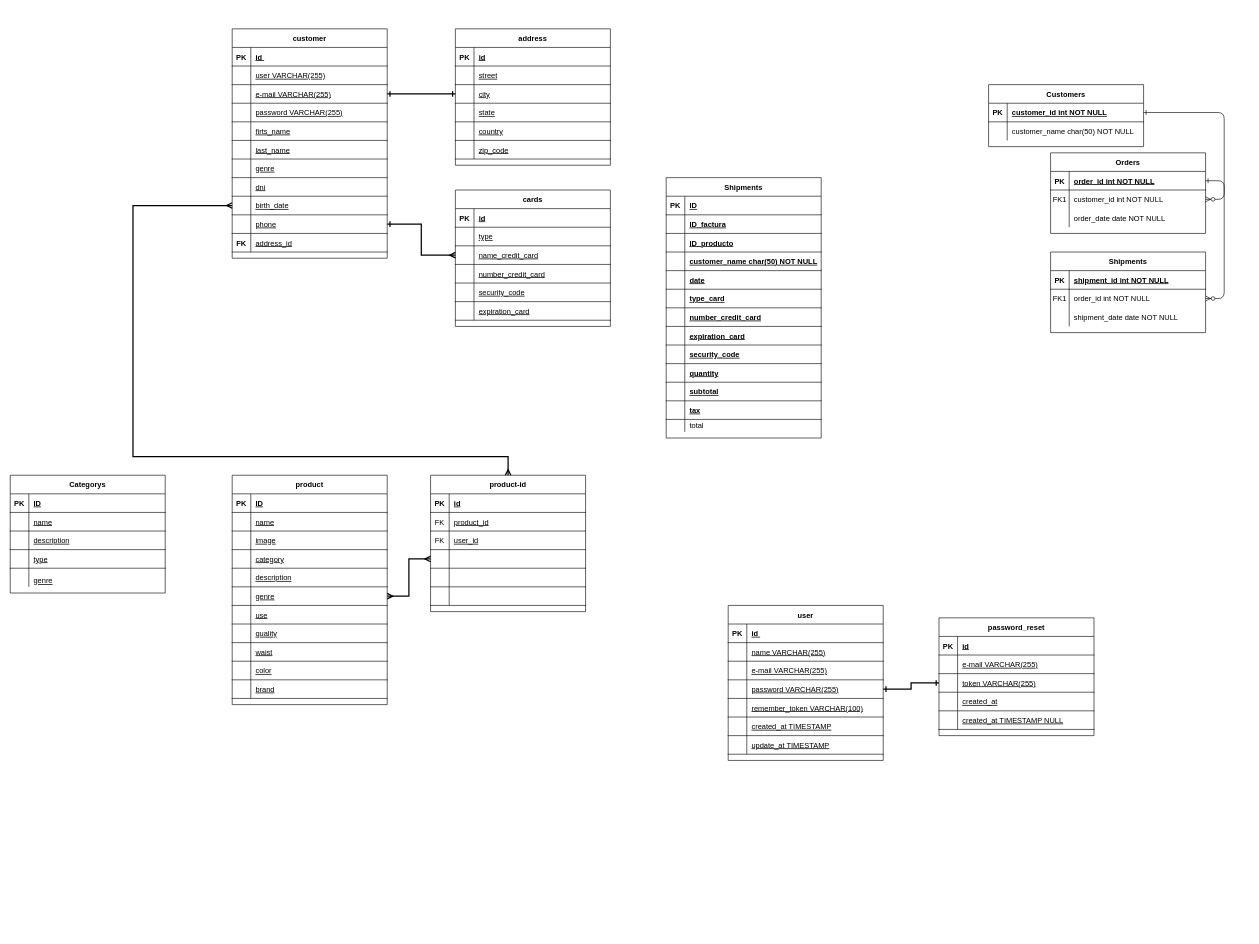
This is Untitled Diagram.drawio from canetemauricio/equipo11, a draw.io file, before an edit. Source tidied: cells renumbered, new cells numbered last; positions are measured from the earlier drawing's top-left corner, leaving out a move shared by most shapes. Both pictures are drawn from the tidied source at 62%, with x=0, y=0 at pixel (10, 29).
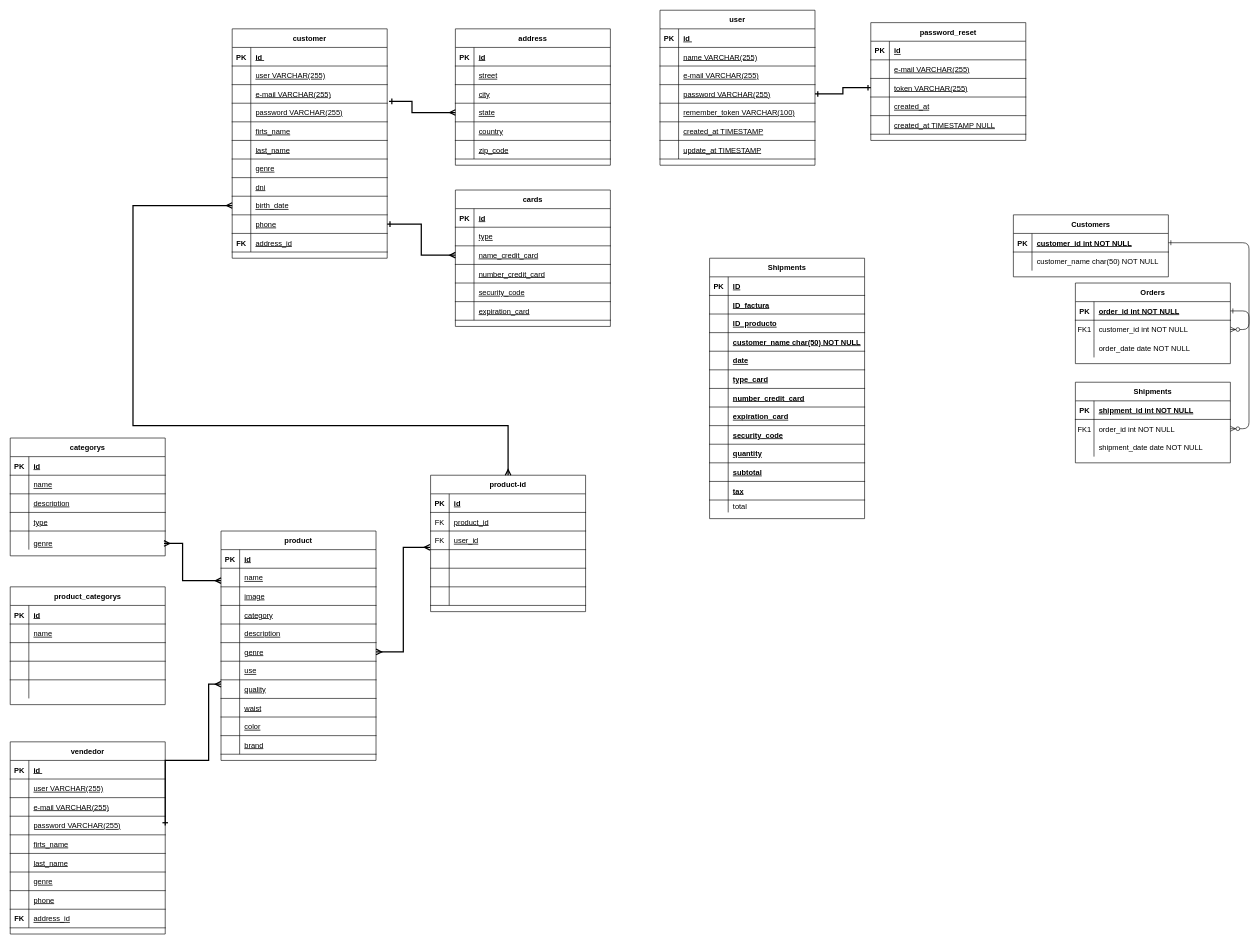
Above is the later version.

The change refers to these unchanged cells:
```xml
<mxCell id="38" style="shape=partialRectangle;fillColor=none;points=[[0,0.5],[1,0.5]];portConstraint=eastwest;top=0;left=0;right=0;bottom=1;fontStyle=0;" parent="31" vertex="1">
  <mxGeometry y="90" width="250" height="30" as="geometry" />
</mxCell>
<mxCell id="56" style="shape=partialRectangle;fillColor=none;points=[[0,0.5],[1,0.5]];portConstraint=eastwest;top=0;left=0;right=0;bottom=1;fontStyle=0;" parent="31" vertex="1">
  <mxGeometry y="270" width="250" height="30" as="geometry" />
</mxCell>
<mxCell id="66" style="shape=partialRectangle;fillColor=none;top=0;left=0;right=0;bottom=1;" parent="65" vertex="1">
  <mxGeometry y="30" width="250" height="30" as="geometry" />
</mxCell>
<mxCell id="81" style="shape=partialRectangle;fillColor=none;points=[[0,0.5],[1,0.5]];portConstraint=eastwest;top=0;left=0;right=0;bottom=1;fontStyle=0;" parent="65" vertex="1">
  <mxGeometry y="180" width="250" height="30" as="geometry" />
</mxCell>
<mxCell id="100" style="shape=partialRectangle;fillColor=none;top=0;left=0;right=0;bottom=1;" parent="99" vertex="1">
  <mxGeometry y="30" width="250" height="30" as="geometry" />
</mxCell>
<mxCell id="186" style="shape=partialRectangle;fillColor=none;points=[[0,0.5],[1,0.5]];portConstraint=eastwest;top=0;left=0;right=0;bottom=1;fontStyle=0;" parent="179" vertex="1">
  <mxGeometry y="90" width="250" height="30" as="geometry" />
</mxCell>
<mxCell id="189" style="shape=partialRectangle;fillColor=none;points=[[0,0.5],[1,0.5]];portConstraint=eastwest;top=0;left=0;right=0;bottom=1;fontStyle=0;" parent="179" vertex="1">
  <mxGeometry y="120" width="250" height="30" as="geometry" />
</mxCell>
<mxCell id="203" value="product-id" style="shape=table;startSize=30;childLayout=tableLayout;rowLines=0;fontStyle=1;align=center;" parent="1" vertex="1">
  <mxGeometry x="678" y="720" width="250" height="220" as="geometry" />
</mxCell>
<mxCell id="213" style="shape=partialRectangle;fillColor=none;points=[[0,0.5],[1,0.5]];portConstraint=eastwest;top=0;left=0;right=0;bottom=1;fontStyle=0;" parent="203" vertex="1">
  <mxGeometry y="120" width="250" height="30" as="geometry" />
</mxCell>
```

What changed in the source:
```diff
@@
     <mxCell id="4" value="Orders" style="shape=table;startSize=30;childLayout=tableLayout;rowLines=0;fontStyle=1;align=center;" parent="1" vertex="1">
-      <mxGeometry x="1678" y="200" width="250" height="130" as="geometry" />
+      <mxGeometry x="1718" y="410" width="250" height="130" as="geometry" />
     </mxCell>
@@
     <mxCell id="14" value="Shipments" style="shape=table;startSize=30;childLayout=tableLayout;rowLines=0;fontStyle=1;align=center;" parent="1" vertex="1">
-      <mxGeometry x="1678" y="360" width="250" height="130" as="geometry" />
+      <mxGeometry x="1718" y="570" width="250" height="130" as="geometry" />
     </mxCell>
@@
     <mxCell id="24" value="Customers" style="shape=table;startSize=30;childLayout=tableLayout;rowLines=0;fontStyle=1;align=center;" parent="1" vertex="1">
-      <mxGeometry x="1578" y="90" width="250" height="100" as="geometry" />
+      <mxGeometry x="1618" y="300" width="250" height="100" as="geometry" />
     </mxCell>
@@
     <mxCell id="65" value="product" style="shape=table;startSize=30;childLayout=tableLayout;rowLines=0;fontStyle=1;align=center;" parent="1" vertex="1">
-      <mxGeometry x="358" y="720" width="250" height="370" as="geometry" />
+      <mxGeometry x="340" y="810" width="250" height="370" as="geometry" />
     </mxCell>
@@
-    <mxCell id="68" value="ID" style="shape=partialRectangle;overflow=hidden;fillColor=none;top=0;left=0;bottom=0;right=0;align=left;spacingLeft=6;fontStyle=5;" parent="66" vertex="1">
+    <mxCell id="68" value="id" style="shape=partialRectangle;overflow=hidden;fillColor=none;top=0;left=0;bottom=0;right=0;align=left;spacingLeft=6;fontStyle=5;" parent="66" vertex="1">
       <mxGeometry x="30" width="220" height="30" as="geometry" />
     </mxCell>
@@
-    <mxCell id="99" value="Categorys" style="shape=table;startSize=30;childLayout=tableLayout;rowLines=0;fontStyle=1;align=center;" parent="1" vertex="1">
-      <mxGeometry y="720" width="250" height="190" as="geometry" />
+    <mxCell id="99" value="categorys" style="shape=table;startSize=30;childLayout=tableLayout;rowLines=0;fontStyle=1;align=center;" parent="1" vertex="1">
+      <mxGeometry y="660" width="250" height="190" as="geometry" />
     </mxCell>
@@
-    <mxCell id="102" value="ID" style="shape=partialRectangle;overflow=hidden;fillColor=none;top=0;left=0;bottom=0;right=0;align=left;spacingLeft=6;fontStyle=5;" parent="100" vertex="1">
+    <mxCell id="102" value="id" style="shape=partialRectangle;overflow=hidden;fillColor=none;top=0;left=0;bottom=0;right=0;align=left;spacingLeft=6;fontStyle=5;" parent="100" vertex="1">
       <mxGeometry x="30" width="220" height="30" as="geometry" />
     </mxCell>
@@
     <mxCell id="115" value="description" style="shape=partialRectangle;overflow=hidden;fillColor=none;top=0;left=0;bottom=0;right=0;align=left;spacingLeft=6;fontStyle=4;" parent="1" vertex="1">
-      <mxGeometry x="30" y="810" width="220" height="30" as="geometry" />
+      <mxGeometry x="30" y="750" width="220" height="30" as="geometry" />
     </mxCell>
     <mxCell id="116" value="type" style="shape=partialRectangle;overflow=hidden;fillColor=none;top=0;left=0;bottom=0;right=0;align=left;spacingLeft=6;fontStyle=4;" parent="1" vertex="1">
-      <mxGeometry x="30" y="840" width="220" height="30" as="geometry" />
+      <mxGeometry x="30" y="780" width="220" height="30" as="geometry" />
     </mxCell>
     <mxCell id="117" value="genre" style="shape=partialRectangle;overflow=hidden;fillColor=none;top=0;left=0;bottom=0;right=0;align=left;spacingLeft=6;fontStyle=4;" parent="1" vertex="1">
-      <mxGeometry x="30" y="875" width="220" height="30" as="geometry" />
+      <mxGeometry x="30" y="815" width="220" height="30" as="geometry" />
     </mxCell>
     <mxCell id="118" value="Shipments" style="shape=table;startSize=30;childLayout=tableLayout;rowLines=0;fontStyle=1;align=center;" parent="1" vertex="1">
-      <mxGeometry x="1058" y="240" width="250" height="420" as="geometry" />
+      <mxGeometry x="1128" y="370" width="250" height="420" as="geometry" />
     </mxCell>
@@
     <mxCell id="158" value="customer_name char(50) NOT NULL" style="shape=partialRectangle;overflow=hidden;fillColor=none;top=0;left=0;bottom=0;right=0;align=left;spacingLeft=6;fontStyle=5;" parent="1" vertex="1">
-      <mxGeometry x="1088" y="360" width="220" height="30" as="geometry" />
+      <mxGeometry x="1158" y="490" width="220" height="30" as="geometry" />
     </mxCell>
@@
-    <mxCell id="178" style="edgeStyle=orthogonalEdgeStyle;rounded=0;jettySize=auto;html=1;entryX=1;entryY=0.5;entryDx=0;entryDy=0;startArrow=ERone;startFill=0;endArrow=ERone;endFill=0;strokeWidth=2;exitX=0;exitY=0.5;exitDx=0;exitDy=0;" parent="1" edge="1" source="186" target="38">
-      <mxGeometry relative="1" as="geometry" />
-    </mxCell>
@@
     <mxCell id="222" value="password_reset" style="shape=table;startSize=30;childLayout=tableLayout;rowLines=0;fontStyle=1;align=center;" parent="1" vertex="1">
-      <mxGeometry x="1498" y="950" width="250" height="190" as="geometry" />
+      <mxGeometry x="1388" y="-10" width="250" height="190" as="geometry" />
     </mxCell>
@@
-    <mxCell id="238" style="edgeStyle=orthogonalEdgeStyle;rounded=0;jettySize=auto;html=1;exitX=1;exitY=0.5;exitDx=0;exitDy=0;startArrow=ERmany;startFill=0;endArrow=ERmany;endFill=0;strokeWidth=2;" parent="1" edge="1" source="81" target="213">
+    <mxCell id="238" style="edgeStyle=orthogonalEdgeStyle;rounded=0;jettySize=auto;html=1;exitX=1;exitY=0.5;exitDx=0;exitDy=0;startArrow=ERmany;startFill=0;endArrow=ERmany;endFill=0;strokeWidth=2;entryX=-0.004;entryY=-0.124;entryDx=0;entryDy=0;entryPerimeter=0;" parent="1" edge="1" source="81" target="213">
       <mxGeometry relative="1" as="geometry" />
     </mxCell>
     <mxCell id="239" style="edgeStyle=orthogonalEdgeStyle;rounded=0;jettySize=auto;html=1;exitX=0.5;exitY=0;exitDx=0;exitDy=0;startArrow=ERmany;startFill=0;endArrow=ERmany;endFill=0;strokeWidth=2;entryX=0;entryY=0.5;entryDx=0;entryDy=0;" parent="1" edge="1" source="203" target="56">
       <mxGeometry relative="1" as="geometry">
         <Array as="points">
-          <mxPoint x="803" y="690" />
-          <mxPoint x="198" y="690" />
+          <mxPoint x="803" y="640" />
+          <mxPoint x="198" y="640" />
           <mxPoint x="198" y="285" />
         </Array>
       </mxGeometry>
     </mxCell>
     <mxCell id="240" value="user" style="shape=table;startSize=30;childLayout=tableLayout;rowLines=0;fontStyle=1;align=center;" parent="1" vertex="1">
-      <mxGeometry x="1158" y="930" width="250" height="250" as="geometry" />
+      <mxGeometry x="1048" y="-30" width="250" height="250" as="geometry" />
     </mxCell>
@@
+    <mxCell id="263" style="edgeStyle=orthogonalEdgeStyle;rounded=0;orthogonalLoop=1;jettySize=auto;html=1;startArrow=ERmany;startFill=0;endArrow=ERmany;endFill=0;strokeWidth=2;" parent="1" edge="1">
+      <mxGeometry relative="1" as="geometry">
+        <mxPoint x="248" y="830" as="sourcePoint" />
+        <mxPoint x="340" y="890" as="targetPoint" />
+        <Array as="points">
+          <mxPoint x="278" y="830" />
+          <mxPoint x="278" y="890" />
+          <mxPoint x="340" y="890" />
+        </Array>
+      </mxGeometry>
+    </mxCell>
+    <mxCell id="264" style="edgeStyle=orthogonalEdgeStyle;rounded=0;jettySize=auto;html=1;startArrow=ERmany;startFill=0;endArrow=ERone;endFill=0;strokeWidth=2;exitX=0;exitY=0.5;exitDx=0;exitDy=0;" parent="1" edge="1" source="189">
+      <mxGeometry relative="1" as="geometry">
+        <mxPoint x="611" y="117" as="targetPoint" />
+        <Array as="points">
+          <mxPoint x="648" y="135" />
+          <mxPoint x="648" y="117" />
+        </Array>
+      </mxGeometry>
+    </mxCell>
+    <mxCell id="265" value="vendedor" style="shape=table;startSize=30;childLayout=tableLayout;rowLines=0;fontStyle=1;align=center;" parent="1" vertex="1">
+      <mxGeometry y="1150" width="250" height="310" as="geometry" />
+    </mxCell>
+    <mxCell id="266" style="shape=partialRectangle;fillColor=none;top=0;left=0;right=0;bottom=1;" parent="265" vertex="1">
+      <mxGeometry y="30" width="250" height="30" as="geometry" />
+    </mxCell>
+    <mxCell id="267" value="PK" style="shape=partialRectangle;overflow=hidden;fillColor=none;top=0;left=0;bottom=0;right=0;fontStyle=1;" parent="266" vertex="1">
+      <mxGeometry width="30" height="30" as="geometry" />
+    </mxCell>
+    <mxCell id="268" value="id " style="shape=partialRectangle;overflow=hidden;fillColor=none;top=0;left=0;bottom=0;right=0;align=left;spacingLeft=6;fontStyle=5;" parent="266" vertex="1">
+      <mxGeometry x="30" width="220" height="30" as="geometry" />
+    </mxCell>
+    <mxCell id="269" style="shape=partialRectangle;fillColor=none;top=0;left=0;right=0;bottom=1;fontStyle=0;" parent="265" vertex="1">
+      <mxGeometry y="60" width="250" height="30" as="geometry" />
+    </mxCell>
+    <mxCell id="270" style="shape=partialRectangle;overflow=hidden;fillColor=none;top=0;left=0;bottom=0;right=0;fontStyle=0;" parent="269" vertex="1">
+      <mxGeometry width="30" height="30" as="geometry" />
+    </mxCell>
+    <mxCell id="271" value="user VARCHAR(255)" style="shape=partialRectangle;overflow=hidden;fillColor=none;top=0;left=0;bottom=0;right=0;align=left;spacingLeft=6;fontStyle=4;" parent="269" vertex="1">
+      <mxGeometry x="30" width="220" height="30" as="geometry" />
+    </mxCell>
+    <mxCell id="272" style="shape=partialRectangle;fillColor=none;top=0;left=0;right=0;bottom=1;fontStyle=0;" parent="265" vertex="1">
+      <mxGeometry y="90" width="250" height="30" as="geometry" />
+    </mxCell>
+    <mxCell id="273" style="shape=partialRectangle;overflow=hidden;fillColor=none;top=0;left=0;bottom=0;right=0;fontStyle=0;" parent="272" vertex="1">
+      <mxGeometry width="30" height="30" as="geometry" />
+    </mxCell>
+    <mxCell id="274" value="e-mail VARCHAR(255)" style="shape=partialRectangle;overflow=hidden;fillColor=none;top=0;left=0;bottom=0;right=0;align=left;spacingLeft=6;fontStyle=4;" parent="272" vertex="1">
+      <mxGeometry x="30" width="220" height="30" as="geometry" />
+    </mxCell>
+    <mxCell id="275" style="shape=partialRectangle;fillColor=none;points=[[0,0.5],[1,0.5]];portConstraint=eastwest;top=0;left=0;right=0;bottom=1;fontStyle=0;" parent="265" vertex="1">
+      <mxGeometry y="120" width="250" height="30" as="geometry" />
+    </mxCell>
+    <mxCell id="276" style="shape=partialRectangle;overflow=hidden;fillColor=none;top=0;left=0;bottom=0;right=0;fontStyle=0;" parent="275" vertex="1">
+      <mxGeometry width="30" height="30" as="geometry" />
+    </mxCell>
+    <mxCell id="277" value="password VARCHAR(255)" style="shape=partialRectangle;overflow=hidden;fillColor=none;top=0;left=0;bottom=0;right=0;align=left;spacingLeft=6;fontStyle=4;" parent="275" vertex="1">
+      <mxGeometry x="30" width="220" height="30" as="geometry" />
+    </mxCell>
+    <mxCell id="278" style="shape=partialRectangle;fillColor=none;top=0;left=0;right=0;bottom=1;fontStyle=0;" parent="265" vertex="1">
+      <mxGeometry y="150" width="250" height="30" as="geometry" />
+    </mxCell>
+    <mxCell id="279" style="shape=partialRectangle;overflow=hidden;fillColor=none;top=0;left=0;bottom=0;right=0;fontStyle=0;" parent="278" vertex="1">
+      <mxGeometry width="30" height="30" as="geometry" />
+    </mxCell>
+    <mxCell id="280" value="firts_name" style="shape=partialRectangle;overflow=hidden;fillColor=none;top=0;left=0;bottom=0;right=0;align=left;spacingLeft=6;fontStyle=4;" parent="278" vertex="1">
+      <mxGeometry x="30" width="220" height="30" as="geometry" />
+    </mxCell>
+    <mxCell id="281" style="shape=partialRectangle;fillColor=none;top=0;left=0;right=0;bottom=1;fontStyle=0;" parent="265" vertex="1">
+      <mxGeometry y="180" width="250" height="30" as="geometry" />
+    </mxCell>
+    <mxCell id="282" style="shape=partialRectangle;overflow=hidden;fillColor=none;top=0;left=0;bottom=0;right=0;fontStyle=0;" parent="281" vertex="1">
+      <mxGeometry width="30" height="30" as="geometry" />
+    </mxCell>
+    <mxCell id="283" value="last_name" style="shape=partialRectangle;overflow=hidden;fillColor=none;top=0;left=0;bottom=0;right=0;align=left;spacingLeft=6;fontStyle=4;" parent="281" vertex="1">
+      <mxGeometry x="30" width="220" height="30" as="geometry" />
+    </mxCell>
+    <mxCell id="284" style="shape=partialRectangle;fillColor=none;top=0;left=0;right=0;bottom=1;fontStyle=0;" parent="265" vertex="1">
+      <mxGeometry y="210" width="250" height="30" as="geometry" />
+    </mxCell>
+    <mxCell id="285" style="shape=partialRectangle;overflow=hidden;fillColor=none;top=0;left=0;bottom=0;right=0;fontStyle=0;" parent="284" vertex="1">
+      <mxGeometry width="30" height="30" as="geometry" />
+    </mxCell>
+    <mxCell id="286" value="genre" style="shape=partialRectangle;overflow=hidden;fillColor=none;top=0;left=0;bottom=0;right=0;align=left;spacingLeft=6;fontStyle=4;" parent="284" vertex="1">
+      <mxGeometry x="30" width="220" height="30" as="geometry" />
+    </mxCell>
+    <mxCell id="287" style="shape=partialRectangle;fillColor=none;top=0;left=0;right=0;bottom=1;fontStyle=0;" parent="265" vertex="1">
+      <mxGeometry y="240" width="250" height="30" as="geometry" />
+    </mxCell>
+    <mxCell id="288" style="shape=partialRectangle;overflow=hidden;fillColor=none;top=0;left=0;bottom=0;right=0;fontStyle=0;" parent="287" vertex="1">
+      <mxGeometry width="30" height="30" as="geometry" />
+    </mxCell>
+    <mxCell id="289" value="phone" style="shape=partialRectangle;overflow=hidden;fillColor=none;top=0;left=0;bottom=0;right=0;align=left;spacingLeft=6;fontStyle=4;" parent="287" vertex="1">
+      <mxGeometry x="30" width="220" height="30" as="geometry" />
+    </mxCell>
+    <mxCell id="290" style="shape=partialRectangle;fillColor=none;top=0;left=0;right=0;bottom=1;fontStyle=0;" parent="265" vertex="1">
+      <mxGeometry y="270" width="250" height="30" as="geometry" />
+    </mxCell>
+    <mxCell id="291" value="FK" style="shape=partialRectangle;overflow=hidden;fillColor=none;top=0;left=0;bottom=0;right=0;fontStyle=1;labelBorderColor=none;" parent="290" vertex="1">
+      <mxGeometry width="30" height="30" as="geometry" />
+    </mxCell>
+    <mxCell id="292" value="address_id" style="shape=partialRectangle;overflow=hidden;fillColor=none;top=0;left=0;bottom=0;right=0;align=left;spacingLeft=6;fontStyle=4;" parent="290" vertex="1">
+      <mxGeometry x="30" width="220" height="30" as="geometry" />
+    </mxCell>
+    <mxCell id="293" style="edgeStyle=orthogonalEdgeStyle;rounded=0;jettySize=auto;html=1;startArrow=ERmany;startFill=0;endArrow=ERone;endFill=0;strokeWidth=2;entryX=1;entryY=0.5;entryDx=0;entryDy=0;" parent="1" edge="1" target="275">
+      <mxGeometry relative="1" as="geometry">
+        <mxPoint x="340" y="1057" as="sourcePoint" />
+        <Array as="points">
+          <mxPoint x="320" y="1057" />
+          <mxPoint x="320" y="1180" />
+        </Array>
+      </mxGeometry>
+    </mxCell>
+    <mxCell id="294" value="product_categorys" style="shape=table;startSize=30;childLayout=tableLayout;rowLines=0;fontStyle=1;align=center;" parent="1" vertex="1">
+      <mxGeometry y="900" width="250" height="190" as="geometry" />
+    </mxCell>
+    <mxCell id="295" style="shape=partialRectangle;fillColor=none;top=0;left=0;right=0;bottom=1;" parent="294" vertex="1">
+      <mxGeometry y="30" width="250" height="30" as="geometry" />
+    </mxCell>
+    <mxCell id="296" value="PK" style="shape=partialRectangle;overflow=hidden;fillColor=none;top=0;left=0;bottom=0;right=0;fontStyle=1;" parent="295" vertex="1">
+      <mxGeometry width="30" height="30" as="geometry" />
+    </mxCell>
+    <mxCell id="297" value="id" style="shape=partialRectangle;overflow=hidden;fillColor=none;top=0;left=0;bottom=0;right=0;align=left;spacingLeft=6;fontStyle=5;" parent="295" vertex="1">
+      <mxGeometry x="30" width="220" height="30" as="geometry" />
+    </mxCell>
+    <mxCell id="298" style="shape=partialRectangle;fillColor=none;top=0;left=0;right=0;bottom=1;" parent="294" vertex="1">
+      <mxGeometry y="60" width="250" height="30" as="geometry" />
+    </mxCell>
+    <mxCell id="299" style="shape=partialRectangle;overflow=hidden;fillColor=none;top=0;left=0;bottom=0;right=0;fontStyle=1;" parent="298" vertex="1">
+      <mxGeometry width="30" height="30" as="geometry" />
+    </mxCell>
+    <mxCell id="300" value="name" style="shape=partialRectangle;overflow=hidden;fillColor=none;top=0;left=0;bottom=0;right=0;align=left;spacingLeft=6;fontStyle=4;" parent="298" vertex="1">
+      <mxGeometry x="30" width="220" height="30" as="geometry" />
+    </mxCell>
+    <mxCell id="301" style="shape=partialRectangle;fillColor=none;top=0;left=0;right=0;bottom=1;" parent="294" vertex="1">
+      <mxGeometry y="90" width="250" height="30" as="geometry" />
+    </mxCell>
+    <mxCell id="302" style="shape=partialRectangle;overflow=hidden;fillColor=none;top=0;left=0;bottom=0;right=0;fontStyle=1;" parent="301" vertex="1">
+      <mxGeometry width="30" height="30" as="geometry" />
+    </mxCell>
+    <mxCell id="303" style="shape=partialRectangle;overflow=hidden;fillColor=none;top=0;left=0;bottom=0;right=0;align=left;spacingLeft=6;fontStyle=5;" parent="301" vertex="1">
+      <mxGeometry x="30" width="220" height="30" as="geometry" />
+    </mxCell>
+    <mxCell id="304" style="shape=partialRectangle;fillColor=none;top=0;left=0;right=0;bottom=1;" parent="294" vertex="1">
+      <mxGeometry y="120" width="250" height="30" as="geometry" />
+    </mxCell>
+    <mxCell id="305" style="shape=partialRectangle;overflow=hidden;fillColor=none;top=0;left=0;bottom=0;right=0;fontStyle=1;" parent="304" vertex="1">
+      <mxGeometry width="30" height="30" as="geometry" />
+    </mxCell>
+    <mxCell id="306" style="shape=partialRectangle;overflow=hidden;fillColor=none;top=0;left=0;bottom=0;right=0;align=left;spacingLeft=6;fontStyle=5;" parent="304" vertex="1">
+      <mxGeometry x="30" width="220" height="30" as="geometry" />
+    </mxCell>
+    <mxCell id="307" style="shape=partialRectangle;fillColor=none;top=0;left=0;right=0;bottom=0;" parent="294" vertex="1">
+      <mxGeometry y="150" width="250" height="30" as="geometry" />
+    </mxCell>
+    <mxCell id="308" style="shape=partialRectangle;overflow=hidden;fillColor=none;top=0;left=0;bottom=0;right=0;" parent="307" vertex="1">
+      <mxGeometry width="30" height="30" as="geometry" />
+    </mxCell>
+    <mxCell id="309" style="shape=partialRectangle;overflow=hidden;fillColor=none;top=0;left=0;bottom=0;right=0;align=left;spacingLeft=6;" parent="307" vertex="1">
+      <mxGeometry x="30" width="220" height="30" as="geometry" />
+    </mxCell>
```
